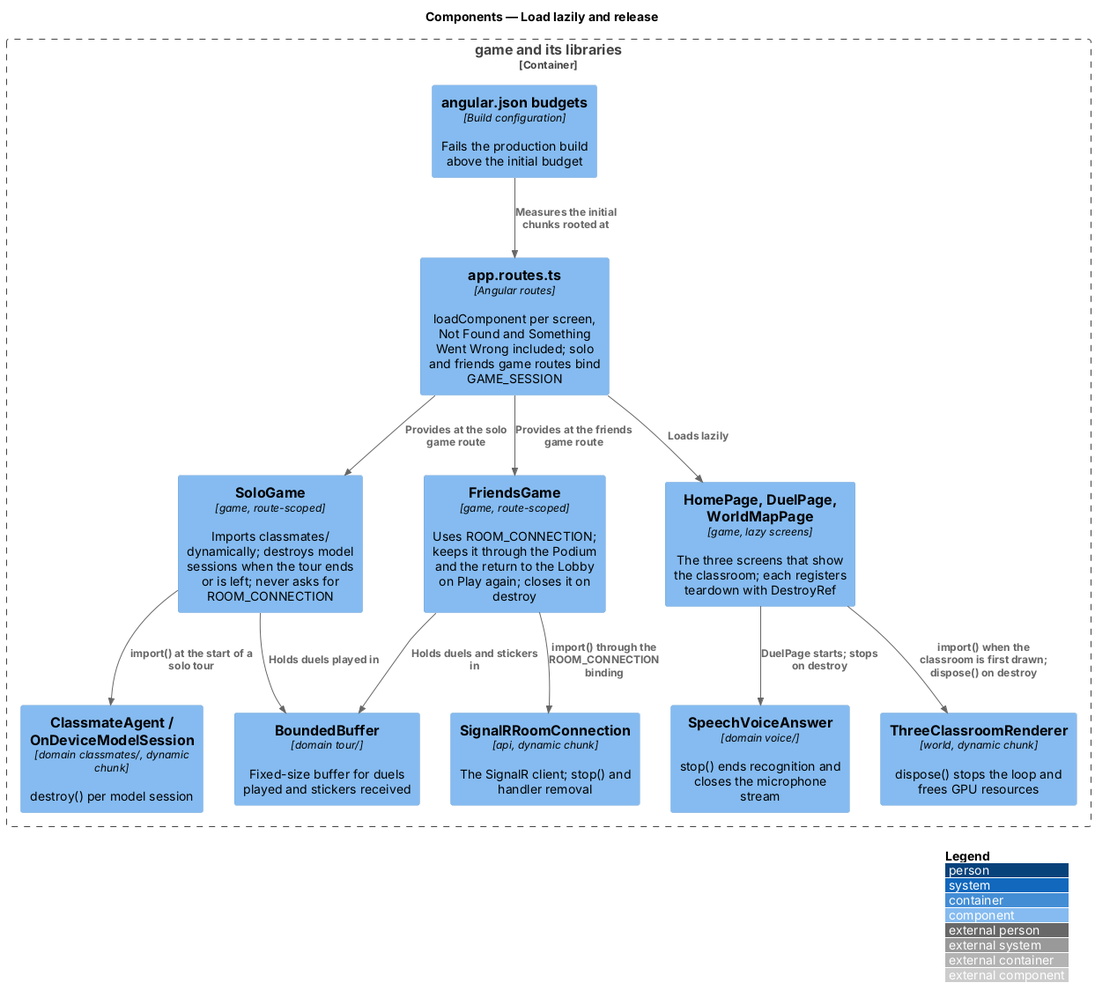
Above: docs/detailed-designs/platform/load-lazily-and-release/diagrams/c4-component.png in QuinntyneBrown/around-the-world (PlantUML), before the change. Its source is kept beside it as docs/detailed-designs/platform/load-lazily-and-release/diagrams/c4-component.puml.
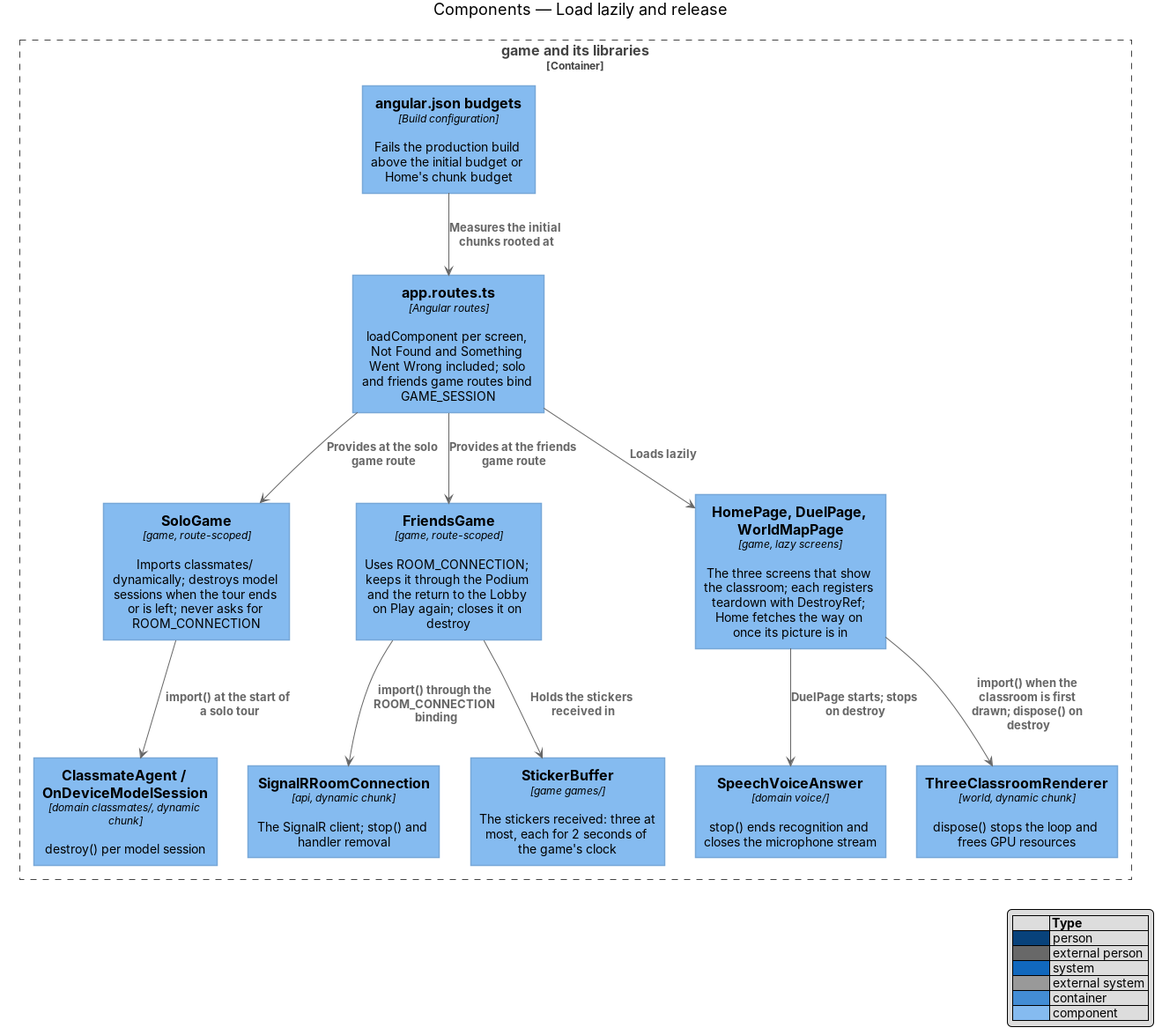
The same file after the commit.

Commit message:
Journey 18: record the profiles, the picture first, the way on, CDK Dialog, the measurements and the budgets (ADR 0038), and resolve the design's open items

What changed in the source:
```diff
@@ -4,16 +4,16 @@
 title Components — Load lazily and release
 
 Container_Boundary(game, "game and its libraries") {
-  Component(budget, "angular.json budgets", "Build configuration", "Fails the production build above the initial budget")
+  Component(budget, "angular.json budgets", "Build configuration", "Fails the production build above the initial budget or Home's chunk budget")
   Component(routes, "app.routes.ts", "Angular routes", "loadComponent per screen, Not Found and Something Went Wrong included; solo and friends game routes bind GAME_SESSION")
   Component(solo, "SoloGame", "game, route-scoped", "Imports classmates/ dynamically; destroys model sessions when the tour ends or is left; never asks for ROOM_CONNECTION")
   Component(friends, "FriendsGame", "game, route-scoped", "Uses ROOM_CONNECTION; keeps it through the Podium and the return to the Lobby on Play again; closes it on destroy")
-  Component(duel, "HomePage, DuelPage, WorldMapPage", "game, lazy screens", "The three screens that show the classroom; each registers teardown with DestroyRef")
+  Component(duel, "HomePage, DuelPage, WorldMapPage", "game, lazy screens", "The three screens that show the classroom; each registers teardown with DestroyRef; Home fetches the way on once its picture is in")
   Component(conn, "SignalRRoomConnection", "api, dynamic chunk", "The SignalR client; stop() and handler removal")
   Component(voice, "SpeechVoiceAnswer", "domain voice/", "stop() ends recognition and closes the microphone stream")
   Component(agents, "ClassmateAgent / OnDeviceModelSession", "domain classmates/, dynamic chunk", "destroy() per model session")
   Component(renderer, "ThreeClassroomRenderer", "world, dynamic chunk", "dispose() stops the loop and frees GPU resources")
-  Component(buffer, "BoundedBuffer", "domain tour/", "Fixed-size buffer for duels played and stickers received")
+  Component(buffer, "StickerBuffer", "game games/", "The stickers received: three at most, each for 2 seconds of the game's clock")
 }
 Rel(budget, routes, "Measures the initial chunks rooted at")
 Rel(routes, duel, "Loads lazily")
@@ -23,6 +23,5 @@
 Rel(friends, conn, "import() through the ROOM_CONNECTION binding")
 Rel(duel, renderer, "import() when the classroom is first drawn; dispose() on destroy")
 Rel(duel, voice, "DuelPage starts; stops on destroy")
-Rel(solo, buffer, "Holds duels played in")
-Rel(friends, buffer, "Holds duels and stickers in")
+Rel(friends, buffer, "Holds the stickers received in")
 @enduml
```
